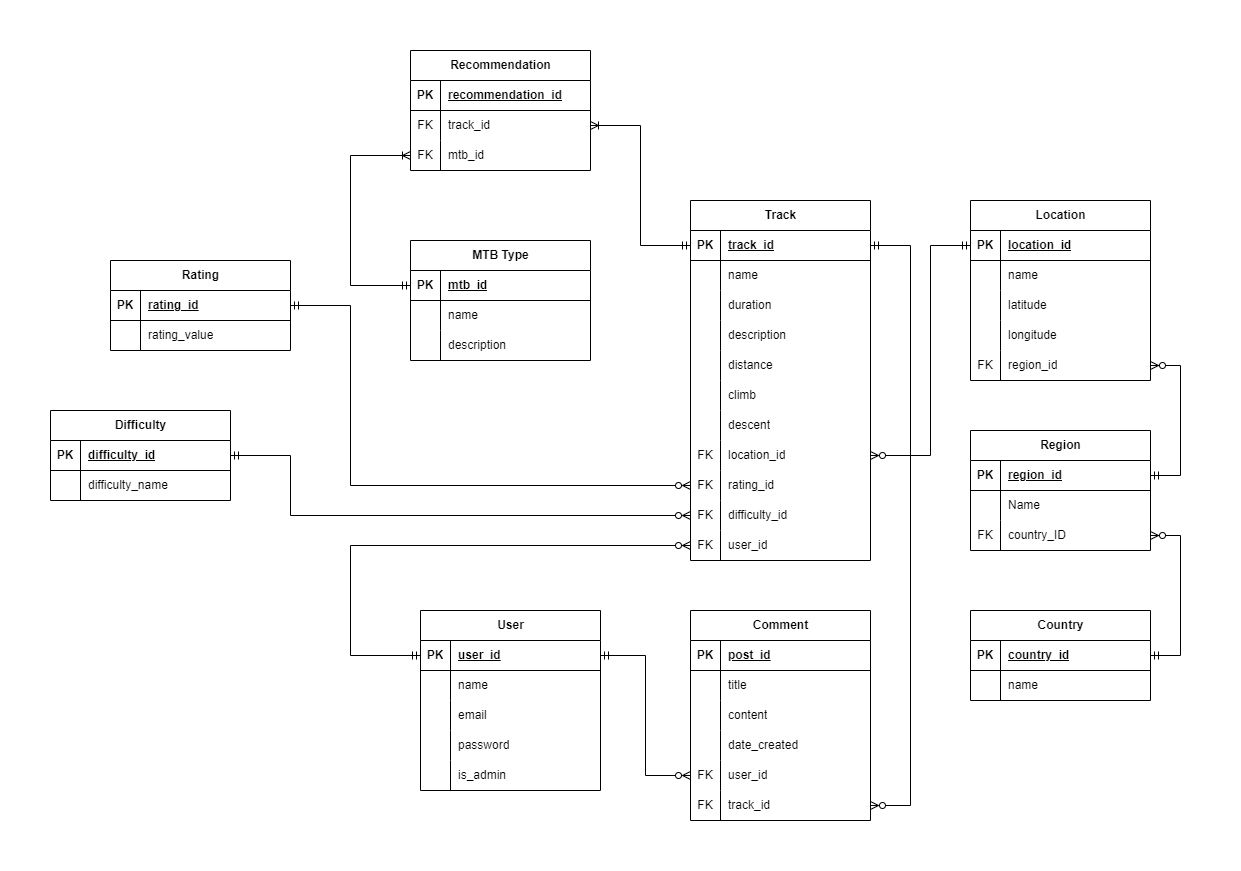
The draw.io diagram docs/mtb_erd.drawio.png in jeevanng/mountain_bike_api, before a commit. Source tidied: cells renumbered, new cells last; positions are measured from the earlier drawing's top-left corner, leaving out a move shared by most shapes.
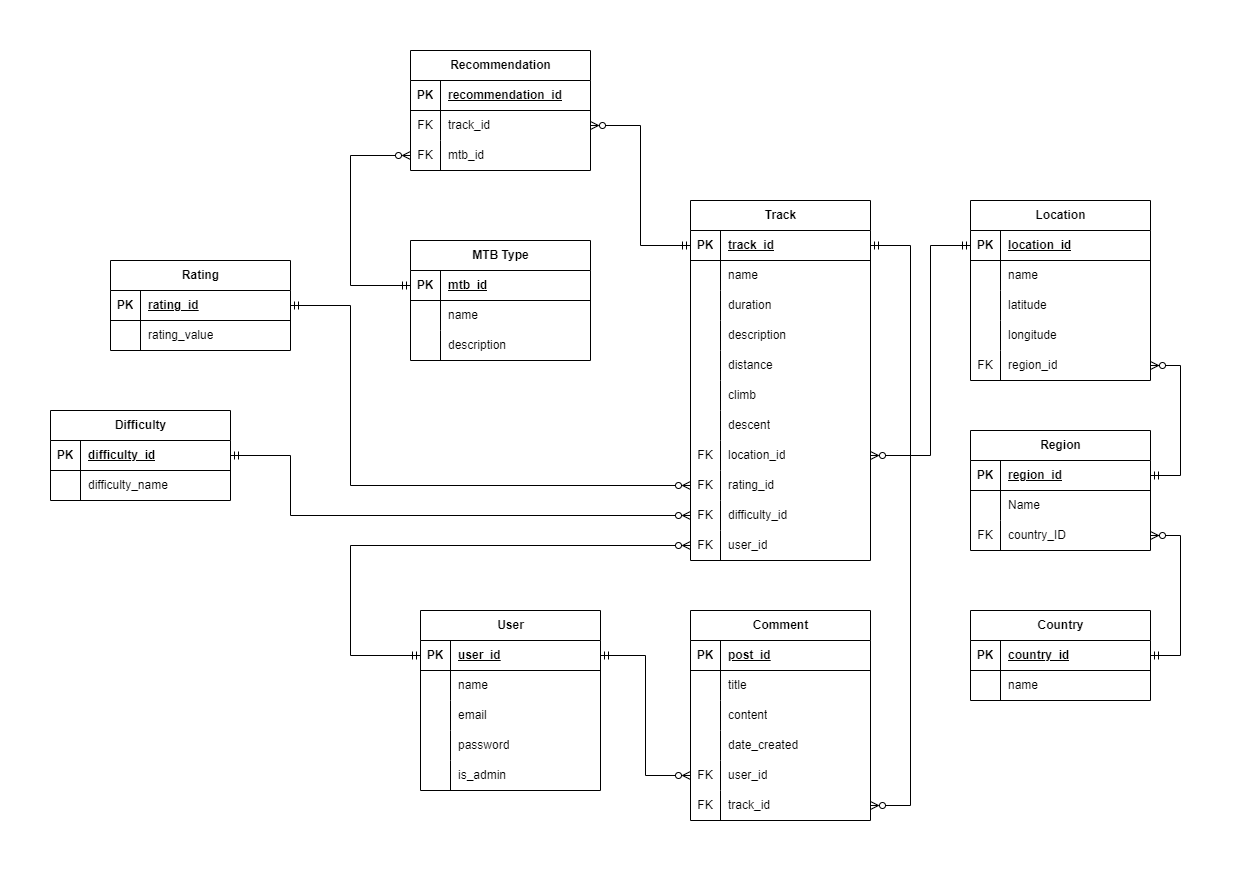
Later version of the same file.

Diff of the diagram source:
```diff
@@ -233,7 +233,7 @@
     <mxCell id="78" value="mtb_id" style="shape=partialRectangle;fillColor=none;top=0;left=0;bottom=0;right=0;align=left;spacingLeft=6;overflow=hidden;whiteSpace=wrap;html=1;" parent="76" vertex="1">
       <mxGeometry x="30" width="150" height="30" as="geometry" />
     </mxCell>
-    <mxCell id="79" style="edgeStyle=orthogonalEdgeStyle;fontSize=12;html=1;endArrow=ERoneToMany;rounded=0;exitX=0;exitY=0.5;exitDx=0;exitDy=0;entryX=0;entryY=0.5;entryDx=0;entryDy=0;startArrow=ERmandOne;startFill=0;endFill=0;" parent="1" edge="1" source="60" target="76">
+    <mxCell id="79" style="edgeStyle=orthogonalEdgeStyle;fontSize=12;html=1;endArrow=ERzeroToMany;rounded=0;exitX=0;exitY=0.5;exitDx=0;exitDy=0;entryX=0;entryY=0.5;entryDx=0;entryDy=0;startArrow=ERmandOne;startFill=0;endFill=0;" parent="1" edge="1" source="60" target="76">
       <mxGeometry relative="1" as="geometry">
         <Array as="points">
           <mxPoint x="300" y="235" />
@@ -241,7 +241,7 @@
         </Array>
       </mxGeometry>
     </mxCell>
-    <mxCell id="80" style="edgeStyle=orthogonalEdgeStyle;fontSize=12;html=1;endArrow=ERmandOne;rounded=0;entryX=0;entryY=0.5;entryDx=0;entryDy=0;exitX=1;exitY=0.5;exitDx=0;exitDy=0;endFill=0;startArrow=ERoneToMany;startFill=0;" parent="1" edge="1" source="73" target="26">
+    <mxCell id="80" style="edgeStyle=orthogonalEdgeStyle;fontSize=12;html=1;endArrow=ERmandOne;rounded=0;entryX=0;entryY=0.5;entryDx=0;entryDy=0;exitX=1;exitY=0.5;exitDx=0;exitDy=0;endFill=0;startArrow=ERzeroToMany;startFill=0;" parent="1" edge="1" source="73" target="26">
       <mxGeometry relative="1" as="geometry" />
     </mxCell>
     <mxCell id="81" value="User" style="shape=table;startSize=30;rowLines=0;fontStyle=1;align=center;html=1;" parent="1" vertex="1">
```
